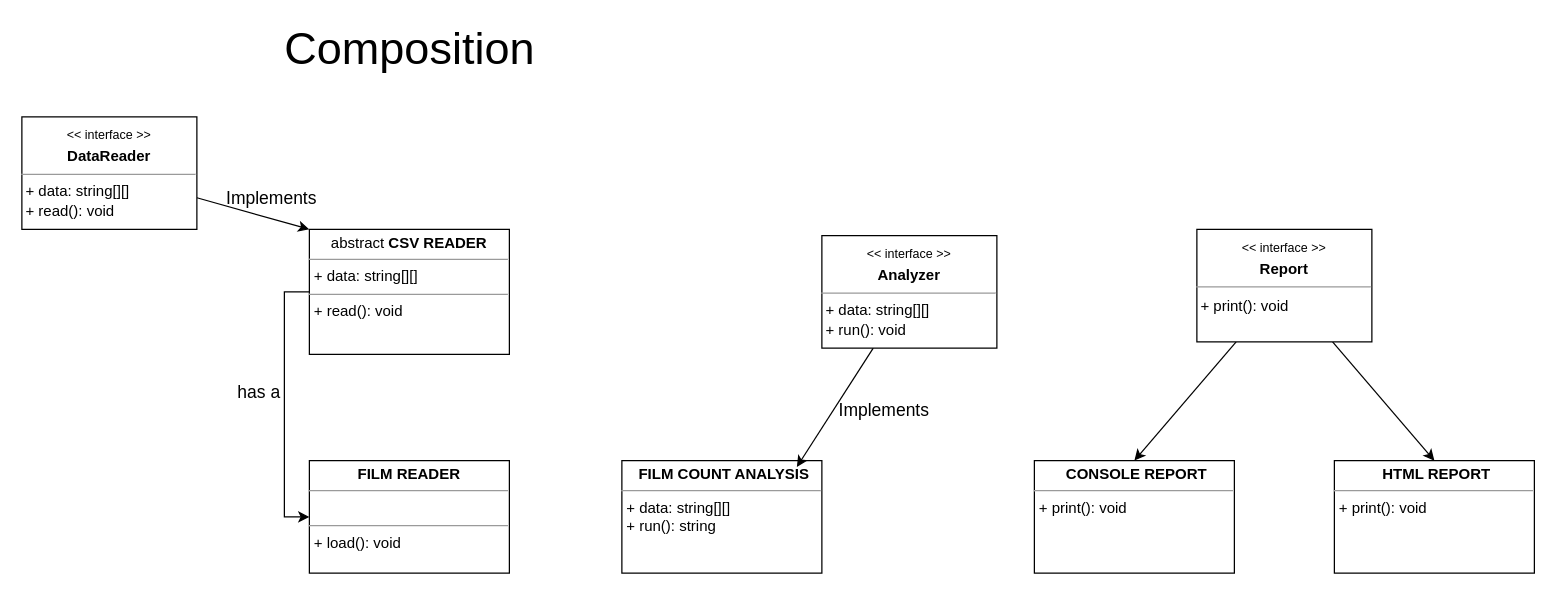
kingsley-ijomah/draw.io keeps this draw.io diagram as page "Page-10" (11 of 12) of sass-explained/Untitled Diagram.drawio. Above is the earlier version. Source tidied: cells renumbered, new cells numbered last; positions are measured from the earlier drawing's top-left corner, leaving out a move shared by most shapes. Both pictures are drawn from the tidied source at 125%, with x=0, y=0 at pixel (21, 29).
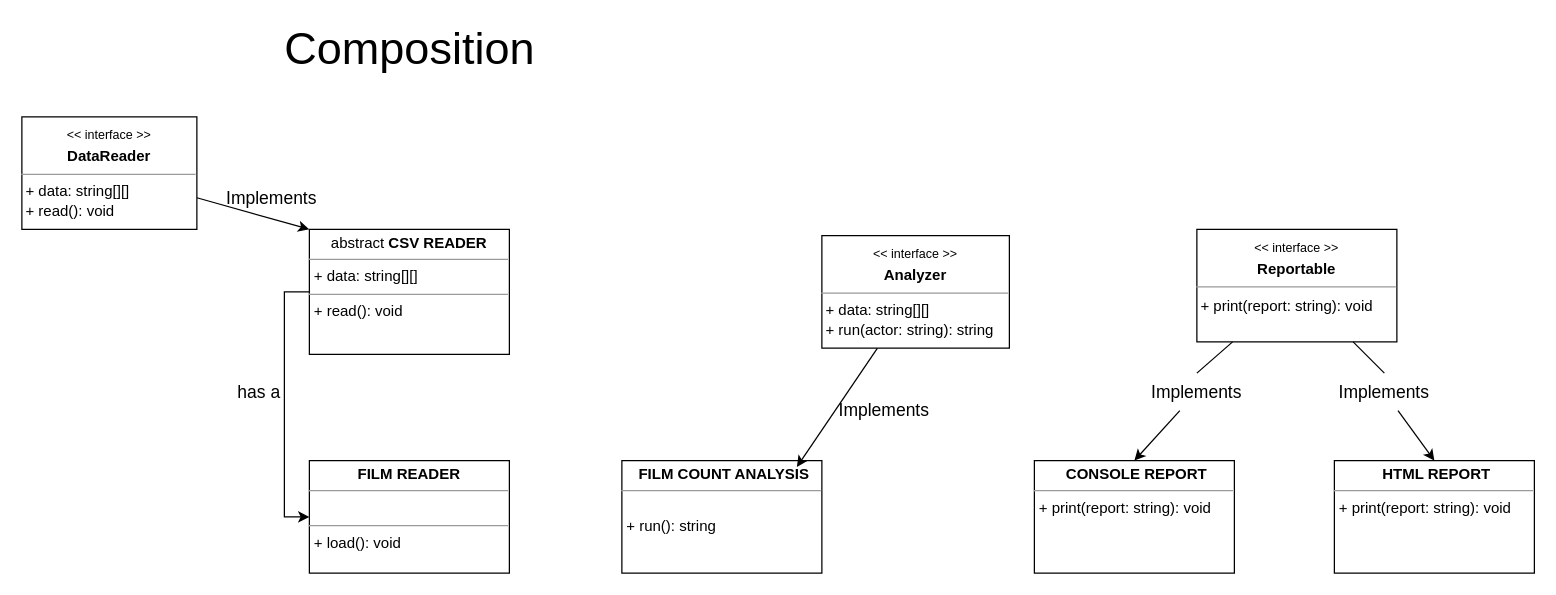
The same diagram, later.

What changed in the source:
```diff
@@
-    <mxCell id="2" value="&lt;p style=&quot;margin: 0px ; margin-top: 4px ; text-align: center&quot;&gt;&lt;/p&gt;&lt;p style=&quot;text-align: center ; margin: 0px 0px 0px 4px&quot;&gt;&lt;b&gt;FILM COUNT ANALYSIS&lt;/b&gt;&lt;/p&gt;&lt;hr size=&quot;1&quot;&gt;&lt;p style=&quot;margin: 0px ; margin-left: 4px&quot;&gt;+ data: string[][]&lt;/p&gt;&lt;p style=&quot;margin: 0px ; margin-left: 4px&quot;&gt;+ run(): string&lt;/p&gt;" style="verticalAlign=top;align=left;overflow=fill;fontSize=12;fontFamily=Helvetica;html=1;" parent="1" vertex="1">
+    <mxCell id="2" value="&lt;p style=&quot;margin: 0px ; margin-top: 4px ; text-align: center&quot;&gt;&lt;/p&gt;&lt;p style=&quot;text-align: center ; margin: 0px 0px 0px 4px&quot;&gt;&lt;b&gt;FILM COUNT ANALYSIS&lt;/b&gt;&lt;/p&gt;&lt;hr size=&quot;1&quot;&gt;&lt;p style=&quot;margin: 0px ; margin-left: 4px&quot;&gt;&lt;br&gt;&lt;/p&gt;&lt;p style=&quot;margin: 0px ; margin-left: 4px&quot;&gt;+ run(): string&lt;/p&gt;" style="verticalAlign=top;align=left;overflow=fill;fontSize=12;fontFamily=Helvetica;html=1;" parent="1" vertex="1">
       <mxGeometry x="480" y="345" width="160" height="90" as="geometry" />
     </mxCell>
@@
-    <mxCell id="11" value="&lt;p style=&quot;margin: 0px ; margin-top: 4px ; text-align: center&quot;&gt;&lt;sub&gt;&amp;lt;&amp;lt; interface &amp;gt;&amp;gt;&lt;/sub&gt;&lt;/p&gt;&lt;p style=&quot;margin: 0px ; margin-top: 4px ; text-align: center&quot;&gt;&lt;b&gt;Analyzer&lt;/b&gt;&lt;/p&gt;&lt;hr size=&quot;1&quot;&gt;&lt;div style=&quot;height: 2px&quot;&gt;&amp;nbsp;+ data: string[][]&lt;/div&gt;&lt;div style=&quot;height: 2px&quot;&gt;&lt;br&gt;&lt;/div&gt;&lt;div style=&quot;height: 2px&quot;&gt;&lt;br&gt;&lt;/div&gt;&lt;div style=&quot;height: 2px&quot;&gt;&amp;nbsp;&lt;/div&gt;&lt;div style=&quot;height: 2px&quot;&gt;&amp;nbsp;&lt;/div&gt;&lt;div style=&quot;height: 2px&quot;&gt;&lt;br&gt;&lt;/div&gt;&lt;div style=&quot;height: 2px&quot;&gt;&amp;nbsp;&lt;/div&gt;&lt;div style=&quot;height: 2px&quot;&gt;&lt;br&gt;&lt;/div&gt;&lt;div style=&quot;height: 2px&quot;&gt;&amp;nbsp;+ run(): void&lt;/div&gt;&lt;div style=&quot;height: 2px&quot;&gt;&lt;br&gt;&lt;/div&gt;&lt;div style=&quot;height: 2px&quot;&gt;&lt;br&gt;&lt;/div&gt;&lt;div style=&quot;height: 2px&quot;&gt;&lt;br&gt;&lt;/div&gt;" style="verticalAlign=top;align=left;overflow=fill;fontSize=12;fontFamily=Helvetica;html=1;" parent="1" vertex="1">
-      <mxGeometry x="640" y="165" width="140" height="90" as="geometry" />
+    <mxCell id="11" value="&lt;p style=&quot;margin: 0px ; margin-top: 4px ; text-align: center&quot;&gt;&lt;sub&gt;&amp;lt;&amp;lt; interface &amp;gt;&amp;gt;&lt;/sub&gt;&lt;/p&gt;&lt;p style=&quot;margin: 0px ; margin-top: 4px ; text-align: center&quot;&gt;&lt;b&gt;Analyzer&lt;/b&gt;&lt;/p&gt;&lt;hr size=&quot;1&quot;&gt;&lt;div style=&quot;height: 2px&quot;&gt;&amp;nbsp;+ data: string[][]&lt;/div&gt;&lt;div style=&quot;height: 2px&quot;&gt;&lt;br&gt;&lt;/div&gt;&lt;div style=&quot;height: 2px&quot;&gt;&lt;br&gt;&lt;/div&gt;&lt;div style=&quot;height: 2px&quot;&gt;&amp;nbsp;&lt;/div&gt;&lt;div style=&quot;height: 2px&quot;&gt;&amp;nbsp;&lt;/div&gt;&lt;div style=&quot;height: 2px&quot;&gt;&lt;br&gt;&lt;/div&gt;&lt;div style=&quot;height: 2px&quot;&gt;&amp;nbsp;&lt;/div&gt;&lt;div style=&quot;height: 2px&quot;&gt;&lt;br&gt;&lt;/div&gt;&lt;div style=&quot;height: 2px&quot;&gt;&amp;nbsp;+ run(actor: string): string&lt;br&gt;&lt;/div&gt;&lt;div style=&quot;height: 2px&quot;&gt;&lt;br&gt;&lt;/div&gt;&lt;div style=&quot;height: 2px&quot;&gt;&lt;br&gt;&lt;/div&gt;&lt;div style=&quot;height: 2px&quot;&gt;&lt;br&gt;&lt;/div&gt;" style="verticalAlign=top;align=left;overflow=fill;fontSize=12;fontFamily=Helvetica;html=1;" parent="1" vertex="1">
+      <mxGeometry x="640" y="165" width="150" height="90" as="geometry" />
     </mxCell>
@@
-    <mxCell id="14" value="&lt;p style=&quot;margin: 0px ; margin-top: 4px ; text-align: center&quot;&gt;&lt;/p&gt;&lt;p style=&quot;text-align: center ; margin: 0px 0px 0px 4px&quot;&gt;&lt;b&gt;CONSOLE REPORT&lt;/b&gt;&lt;/p&gt;&lt;hr size=&quot;1&quot;&gt;&lt;p style=&quot;margin: 0px ; margin-left: 4px&quot;&gt;+ print(): void&lt;/p&gt;" style="verticalAlign=top;align=left;overflow=fill;fontSize=12;fontFamily=Helvetica;html=1;" parent="1" vertex="1">
+    <mxCell id="14" value="&lt;p style=&quot;margin: 0px ; margin-top: 4px ; text-align: center&quot;&gt;&lt;/p&gt;&lt;p style=&quot;text-align: center ; margin: 0px 0px 0px 4px&quot;&gt;&lt;b&gt;CONSOLE REPORT&lt;/b&gt;&lt;/p&gt;&lt;hr size=&quot;1&quot;&gt;&lt;p style=&quot;margin: 0px ; margin-left: 4px&quot;&gt;+ print(report: string): void&lt;/p&gt;" style="verticalAlign=top;align=left;overflow=fill;fontSize=12;fontFamily=Helvetica;html=1;" parent="1" vertex="1">
       <mxGeometry x="810" y="345" width="160" height="90" as="geometry" />
     </mxCell>
-    <mxCell id="15" value="&lt;p style=&quot;margin: 0px ; margin-top: 4px ; text-align: center&quot;&gt;&lt;/p&gt;&lt;p style=&quot;text-align: center ; margin: 0px 0px 0px 4px&quot;&gt;&lt;b&gt;HTML REPORT&lt;/b&gt;&lt;/p&gt;&lt;hr size=&quot;1&quot;&gt;&lt;p style=&quot;margin: 0px ; margin-left: 4px&quot;&gt;+ print(): void&lt;/p&gt;" style="verticalAlign=top;align=left;overflow=fill;fontSize=12;fontFamily=Helvetica;html=1;" parent="1" vertex="1">
+    <mxCell id="15" value="&lt;p style=&quot;margin: 0px ; margin-top: 4px ; text-align: center&quot;&gt;&lt;/p&gt;&lt;p style=&quot;text-align: center ; margin: 0px 0px 0px 4px&quot;&gt;&lt;b&gt;HTML REPORT&lt;/b&gt;&lt;/p&gt;&lt;hr size=&quot;1&quot;&gt;&lt;p style=&quot;margin: 0px ; margin-left: 4px&quot;&gt;+ print(report: string): void&lt;/p&gt;" style="verticalAlign=top;align=left;overflow=fill;fontSize=12;fontFamily=Helvetica;html=1;" parent="1" vertex="1">
       <mxGeometry x="1050" y="345" width="160" height="90" as="geometry" />
     </mxCell>
-    <mxCell id="16" style="edgeStyle=none;rounded=0;jettySize=auto;html=1;entryX=0.5;entryY=0;entryDx=0;entryDy=0;fontSize=14;" parent="1" edge="1" source="18" target="14">
+    <mxCell id="16" style="edgeStyle=none;rounded=0;jettySize=auto;html=1;entryX=0.5;entryY=0;entryDx=0;entryDy=0;fontSize=14;startArrow=none;" parent="1" edge="1" source="19" target="14">
       <mxGeometry relative="1" as="geometry" />
     </mxCell>
-    <mxCell id="17" style="edgeStyle=none;rounded=0;jettySize=auto;html=1;entryX=0.5;entryY=0;entryDx=0;entryDy=0;fontSize=14;" parent="1" edge="1" source="18" target="15">
+    <mxCell id="17" style="edgeStyle=none;rounded=0;jettySize=auto;html=1;entryX=0.5;entryY=0;entryDx=0;entryDy=0;fontSize=14;startArrow=none;" parent="1" edge="1" source="21" target="15">
       <mxGeometry relative="1" as="geometry" />
     </mxCell>
-    <mxCell id="18" value="&lt;p style=&quot;margin: 0px ; margin-top: 4px ; text-align: center&quot;&gt;&lt;sub&gt;&amp;lt;&amp;lt; interface &amp;gt;&amp;gt;&lt;/sub&gt;&lt;/p&gt;&lt;p style=&quot;margin: 0px ; margin-top: 4px ; text-align: center&quot;&gt;&lt;b&gt;Report&lt;/b&gt;&lt;/p&gt;&lt;hr size=&quot;1&quot;&gt;&lt;div style=&quot;height: 2px&quot;&gt;&lt;br&gt;&lt;/div&gt;&lt;div style=&quot;height: 2px&quot;&gt;&amp;nbsp;&lt;span&gt;+ print(): void&lt;/span&gt;&lt;/div&gt;&lt;div style=&quot;height: 2px&quot;&gt;&lt;br&gt;&lt;/div&gt;&lt;div style=&quot;height: 2px&quot;&gt;&lt;br&gt;&lt;/div&gt;&lt;div style=&quot;height: 2px&quot;&gt;&lt;br&gt;&lt;/div&gt;" style="verticalAlign=top;align=left;overflow=fill;fontSize=12;fontFamily=Helvetica;html=1;" parent="1" vertex="1">
-      <mxGeometry x="940" y="160" width="140" height="90" as="geometry" />
+    <mxCell id="18" value="&lt;p style=&quot;margin: 0px ; margin-top: 4px ; text-align: center&quot;&gt;&lt;sub&gt;&amp;lt;&amp;lt; interface &amp;gt;&amp;gt;&lt;/sub&gt;&lt;/p&gt;&lt;p style=&quot;margin: 0px ; margin-top: 4px ; text-align: center&quot;&gt;&lt;b&gt;Reportable&lt;/b&gt;&lt;/p&gt;&lt;hr size=&quot;1&quot;&gt;&lt;div style=&quot;height: 2px&quot;&gt;&lt;br&gt;&lt;/div&gt;&lt;div style=&quot;height: 2px&quot;&gt;&amp;nbsp;&lt;span&gt;+ print(report: string): void&lt;/span&gt;&lt;/div&gt;&lt;div style=&quot;height: 2px&quot;&gt;&lt;br&gt;&lt;/div&gt;&lt;div style=&quot;height: 2px&quot;&gt;&lt;br&gt;&lt;/div&gt;&lt;div style=&quot;height: 2px&quot;&gt;&lt;br&gt;&lt;/div&gt;" style="verticalAlign=top;align=left;overflow=fill;fontSize=12;fontFamily=Helvetica;html=1;" parent="1" vertex="1">
+      <mxGeometry x="940" y="160" width="160" height="90" as="geometry" />
     </mxCell>
+    <mxCell id="19" value="Implements" style="text;html=1;strokeColor=none;fillColor=none;align=center;verticalAlign=middle;whiteSpace=wrap;rounded=0;fontSize=14;" parent="1" vertex="1">
+      <mxGeometry x="910" y="275" width="60" height="30" as="geometry" />
+    </mxCell>
+    <mxCell id="20" style="edgeStyle=none;rounded=0;jettySize=auto;html=1;entryX=0.5;entryY=0;entryDx=0;entryDy=0;fontSize=14;endArrow=none;" parent="1" edge="1" source="18" target="19">
+      <mxGeometry relative="1" as="geometry" />
+    </mxCell>
+    <mxCell id="21" value="Implements" style="text;html=1;strokeColor=none;fillColor=none;align=center;verticalAlign=middle;whiteSpace=wrap;rounded=0;fontSize=14;" parent="1" vertex="1">
+      <mxGeometry x="1060" y="275" width="60" height="30" as="geometry" />
+    </mxCell>
+    <mxCell id="22" style="edgeStyle=none;rounded=0;jettySize=auto;html=1;entryX=0.5;entryY=0;entryDx=0;entryDy=0;fontSize=14;endArrow=none;" parent="1" edge="1" source="18" target="21">
+      <mxGeometry relative="1" as="geometry" />
+    </mxCell>
```
